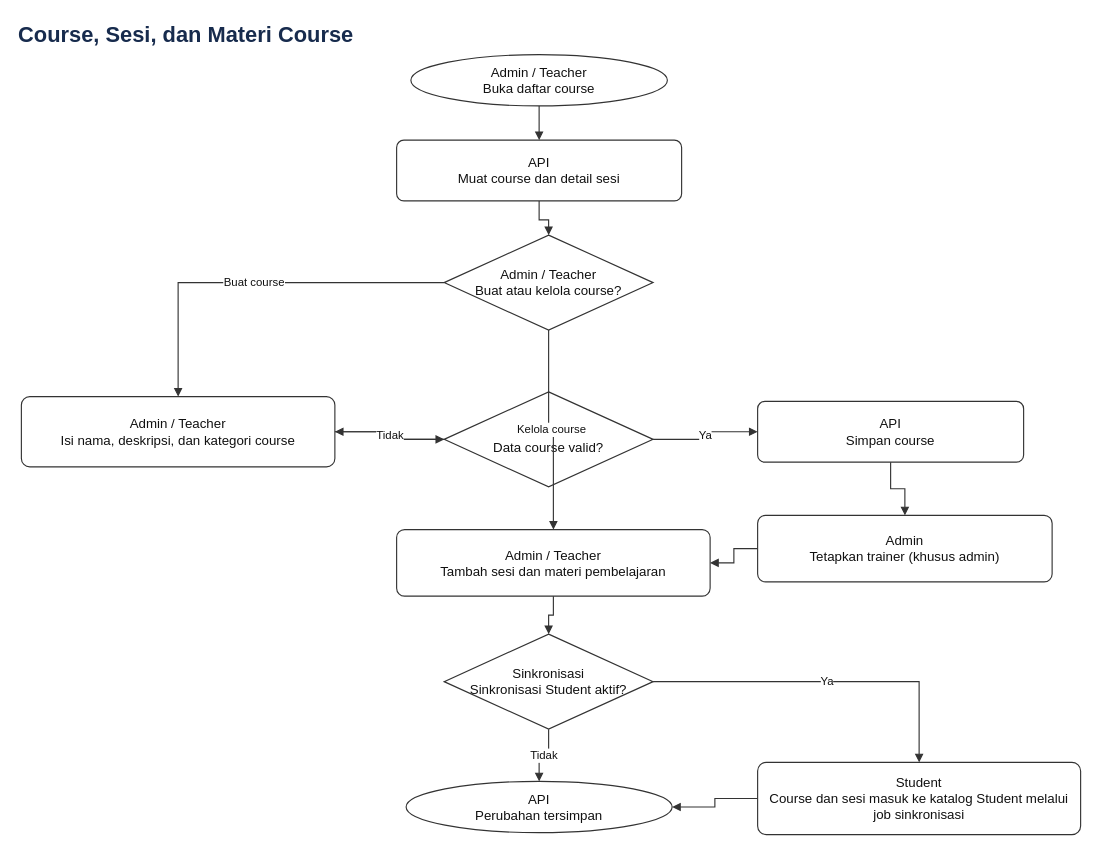
Earlier version of the draw.io diagram docs/diagrams/05-course-session.drawio (ammarmfirdaus-hue/DENSO-LMS). Source tidied: cells renumbered, new cells numbered last; positions are measured from the earlier drawing's top-left corner, leaving out a move shared by most shapes. Both pictures are drawn from the tidied source at 95%, with x=0, y=0 at pixel (16, 16).
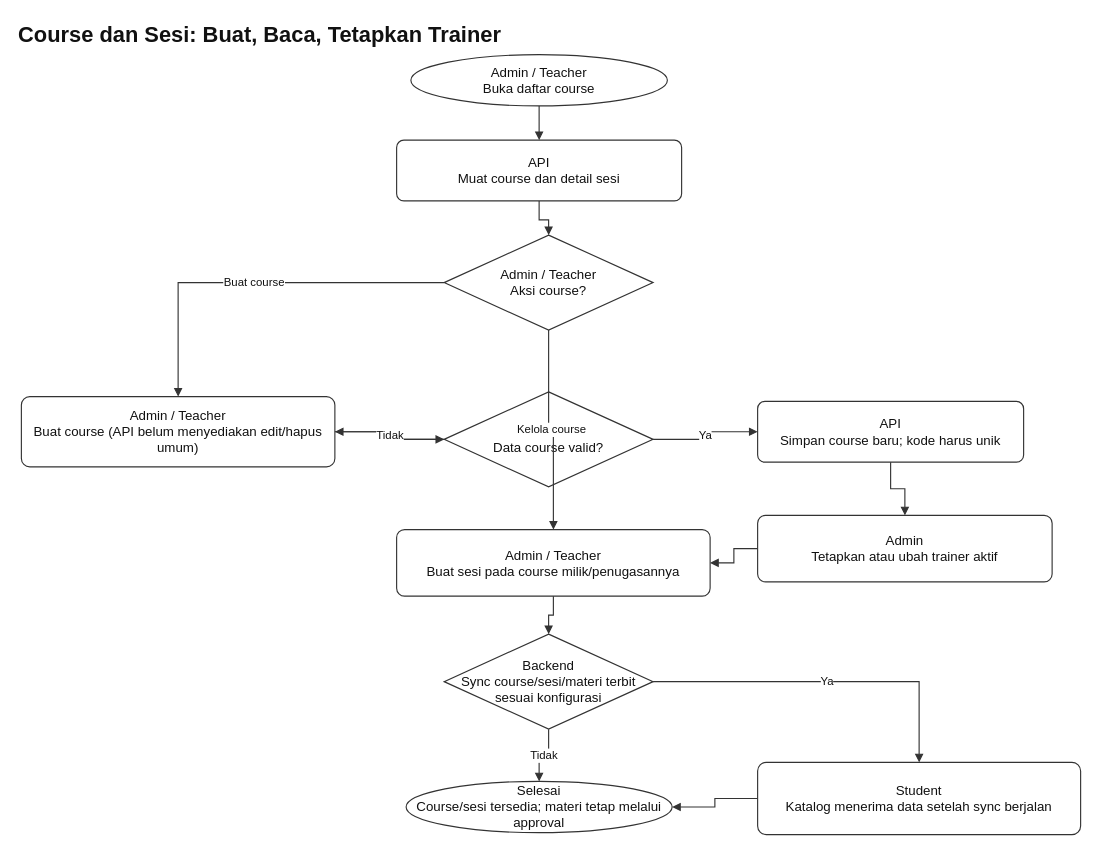
The same page after the edit.

The edit, as a diff of the source:
```diff
@@
-    <mxCell id="2" value="Course, Sesi, dan Materi Course" style="text;html=1;align=left;verticalAlign=middle;whiteSpace=wrap;rounded=0;strokeColor=none;fillColor=none;fontSize=23;fontStyle=1;fontColor=#172b4d;" parent="1" vertex="1">
+    <mxCell id="2" value="Course dan Sesi: Buat, Baca, Tetapkan Trainer" style="text;html=1;align=left;verticalAlign=middle;whiteSpace=wrap;rounded=0;strokeColor=none;fillColor=none;fontSize=23;fontStyle=1;fontColor=#111111;" parent="1" vertex="1">
       <mxGeometry width="1120" height="38" as="geometry" />
     </mxCell>
@@
-    <mxCell id="5" value="Admin / Teacher&#10;Buat atau kelola course?" style="shape=rhombus;whiteSpace=wrap;html=1;align=center;verticalAlign=middle;strokeColor=#333333;strokeWidth=1.2;fillColor=#ffffff;fontColor=#111111;fontSize=14;spacing=8;shadow=0;" parent="1" vertex="1">
+    <mxCell id="5" value="Admin / Teacher&lt;br&gt;Aksi course?" style="shape=rhombus;whiteSpace=wrap;html=1;align=center;verticalAlign=middle;strokeColor=#333333;strokeWidth=1.2;fillColor=#ffffff;fontColor=#111111;fontSize=14;spacing=8;shadow=0;" parent="1" vertex="1">
       <mxGeometry x="450" y="230" width="220" height="100" as="geometry" />
     </mxCell>
-    <mxCell id="6" value="Admin / Teacher&#10;Isi nama, deskripsi, dan kategori course" style="rounded=1;arcSize=12;whiteSpace=wrap;html=1;align=center;verticalAlign=middle;strokeColor=#333333;strokeWidth=1.2;fillColor=#ffffff;fontColor=#111111;fontSize=14;spacing=8;shadow=0;" parent="1" vertex="1">
+    <mxCell id="6" value="Admin / Teacher&lt;br&gt;Buat course (API belum menyediakan edit/hapus umum)" style="rounded=1;arcSize=12;whiteSpace=wrap;html=1;align=center;verticalAlign=middle;strokeColor=#333333;strokeWidth=1.2;fillColor=#ffffff;fontColor=#111111;fontSize=14;spacing=8;shadow=0;" parent="1" vertex="1">
       <mxGeometry x="5" y="400" width="330" height="74" as="geometry" />
     </mxCell>
@@
-    <mxCell id="8" value="API&#10;Simpan course" style="rounded=1;arcSize=12;whiteSpace=wrap;html=1;align=center;verticalAlign=middle;strokeColor=#333333;strokeWidth=1.2;fillColor=#ffffff;fontColor=#111111;fontSize=14;spacing=8;shadow=0;" parent="1" vertex="1">
+    <mxCell id="8" value="API&lt;br&gt;Simpan course baru; kode harus unik" style="rounded=1;arcSize=12;whiteSpace=wrap;html=1;align=center;verticalAlign=middle;strokeColor=#333333;strokeWidth=1.2;fillColor=#ffffff;fontColor=#111111;fontSize=14;spacing=8;shadow=0;" parent="1" vertex="1">
       <mxGeometry x="780" y="405" width="280" height="64" as="geometry" />
     </mxCell>
-    <mxCell id="9" value="Admin&#10;Tetapkan trainer (khusus admin)" style="rounded=1;arcSize=12;whiteSpace=wrap;html=1;align=center;verticalAlign=middle;strokeColor=#333333;strokeWidth=1.2;fillColor=#ffffff;fontColor=#111111;fontSize=14;spacing=8;shadow=0;" parent="1" vertex="1">
+    <mxCell id="9" value="Admin&lt;br&gt;Tetapkan atau ubah trainer aktif" style="rounded=1;arcSize=12;whiteSpace=wrap;html=1;align=center;verticalAlign=middle;strokeColor=#333333;strokeWidth=1.2;fillColor=#ffffff;fontColor=#111111;fontSize=14;spacing=8;shadow=0;" parent="1" vertex="1">
       <mxGeometry x="780" y="525" width="310" height="70" as="geometry" />
     </mxCell>
-    <mxCell id="10" value="Admin / Teacher&#10;Tambah sesi dan materi pembelajaran" style="rounded=1;arcSize=12;whiteSpace=wrap;html=1;align=center;verticalAlign=middle;strokeColor=#333333;strokeWidth=1.2;fillColor=#ffffff;fontColor=#111111;fontSize=14;spacing=8;shadow=0;" parent="1" vertex="1">
+    <mxCell id="10" value="Admin / Teacher&lt;br&gt;Buat sesi pada course milik/penugasannya" style="rounded=1;arcSize=12;whiteSpace=wrap;html=1;align=center;verticalAlign=middle;strokeColor=#333333;strokeWidth=1.2;fillColor=#ffffff;fontColor=#111111;fontSize=14;spacing=8;shadow=0;" parent="1" vertex="1">
       <mxGeometry x="400" y="540" width="330" height="70" as="geometry" />
     </mxCell>
-    <mxCell id="11" value="Sinkronisasi&#10;Sinkronisasi Student aktif?" style="shape=rhombus;whiteSpace=wrap;html=1;align=center;verticalAlign=middle;strokeColor=#333333;strokeWidth=1.2;fillColor=#ffffff;fontColor=#111111;fontSize=14;spacing=8;shadow=0;" parent="1" vertex="1">
+    <mxCell id="11" value="Backend&lt;br&gt;Sync course/sesi/materi terbit sesuai konfigurasi" style="shape=rhombus;whiteSpace=wrap;html=1;align=center;verticalAlign=middle;strokeColor=#333333;strokeWidth=1.2;fillColor=#ffffff;fontColor=#111111;fontSize=14;spacing=8;shadow=0;" parent="1" vertex="1">
       <mxGeometry x="450" y="650" width="220" height="100" as="geometry" />
     </mxCell>
-    <mxCell id="12" value="Student&#10;Course dan sesi masuk ke katalog Student melalui job sinkronisasi" style="rounded=1;arcSize=12;whiteSpace=wrap;html=1;align=center;verticalAlign=middle;strokeColor=#333333;strokeWidth=1.2;fillColor=#ffffff;fontColor=#111111;fontSize=14;spacing=8;shadow=0;" parent="1" vertex="1">
+    <mxCell id="12" value="Student&lt;br&gt;Katalog menerima data setelah sync berjalan" style="rounded=1;arcSize=12;whiteSpace=wrap;html=1;align=center;verticalAlign=middle;strokeColor=#333333;strokeWidth=1.2;fillColor=#ffffff;fontColor=#111111;fontSize=14;spacing=8;shadow=0;" parent="1" vertex="1">
       <mxGeometry x="780" y="785" width="340" height="76" as="geometry" />
     </mxCell>
-    <mxCell id="13" value="API&#10;Perubahan tersimpan" style="shape=ellipse;whiteSpace=wrap;html=1;align=center;verticalAlign=middle;strokeColor=#333333;strokeWidth=1.2;fillColor=#ffffff;fontColor=#111111;fontSize=14;spacing=8;shadow=0;" parent="1" vertex="1">
+    <mxCell id="13" value="Selesai&lt;br&gt;Course/sesi tersedia; materi tetap melalui approval" style="shape=ellipse;whiteSpace=wrap;html=1;align=center;verticalAlign=middle;strokeColor=#333333;strokeWidth=1.2;fillColor=#ffffff;fontColor=#111111;fontSize=14;spacing=8;shadow=0;" parent="1" vertex="1">
       <mxGeometry x="410" y="805" width="280" height="54" as="geometry" />
     </mxCell>
```
